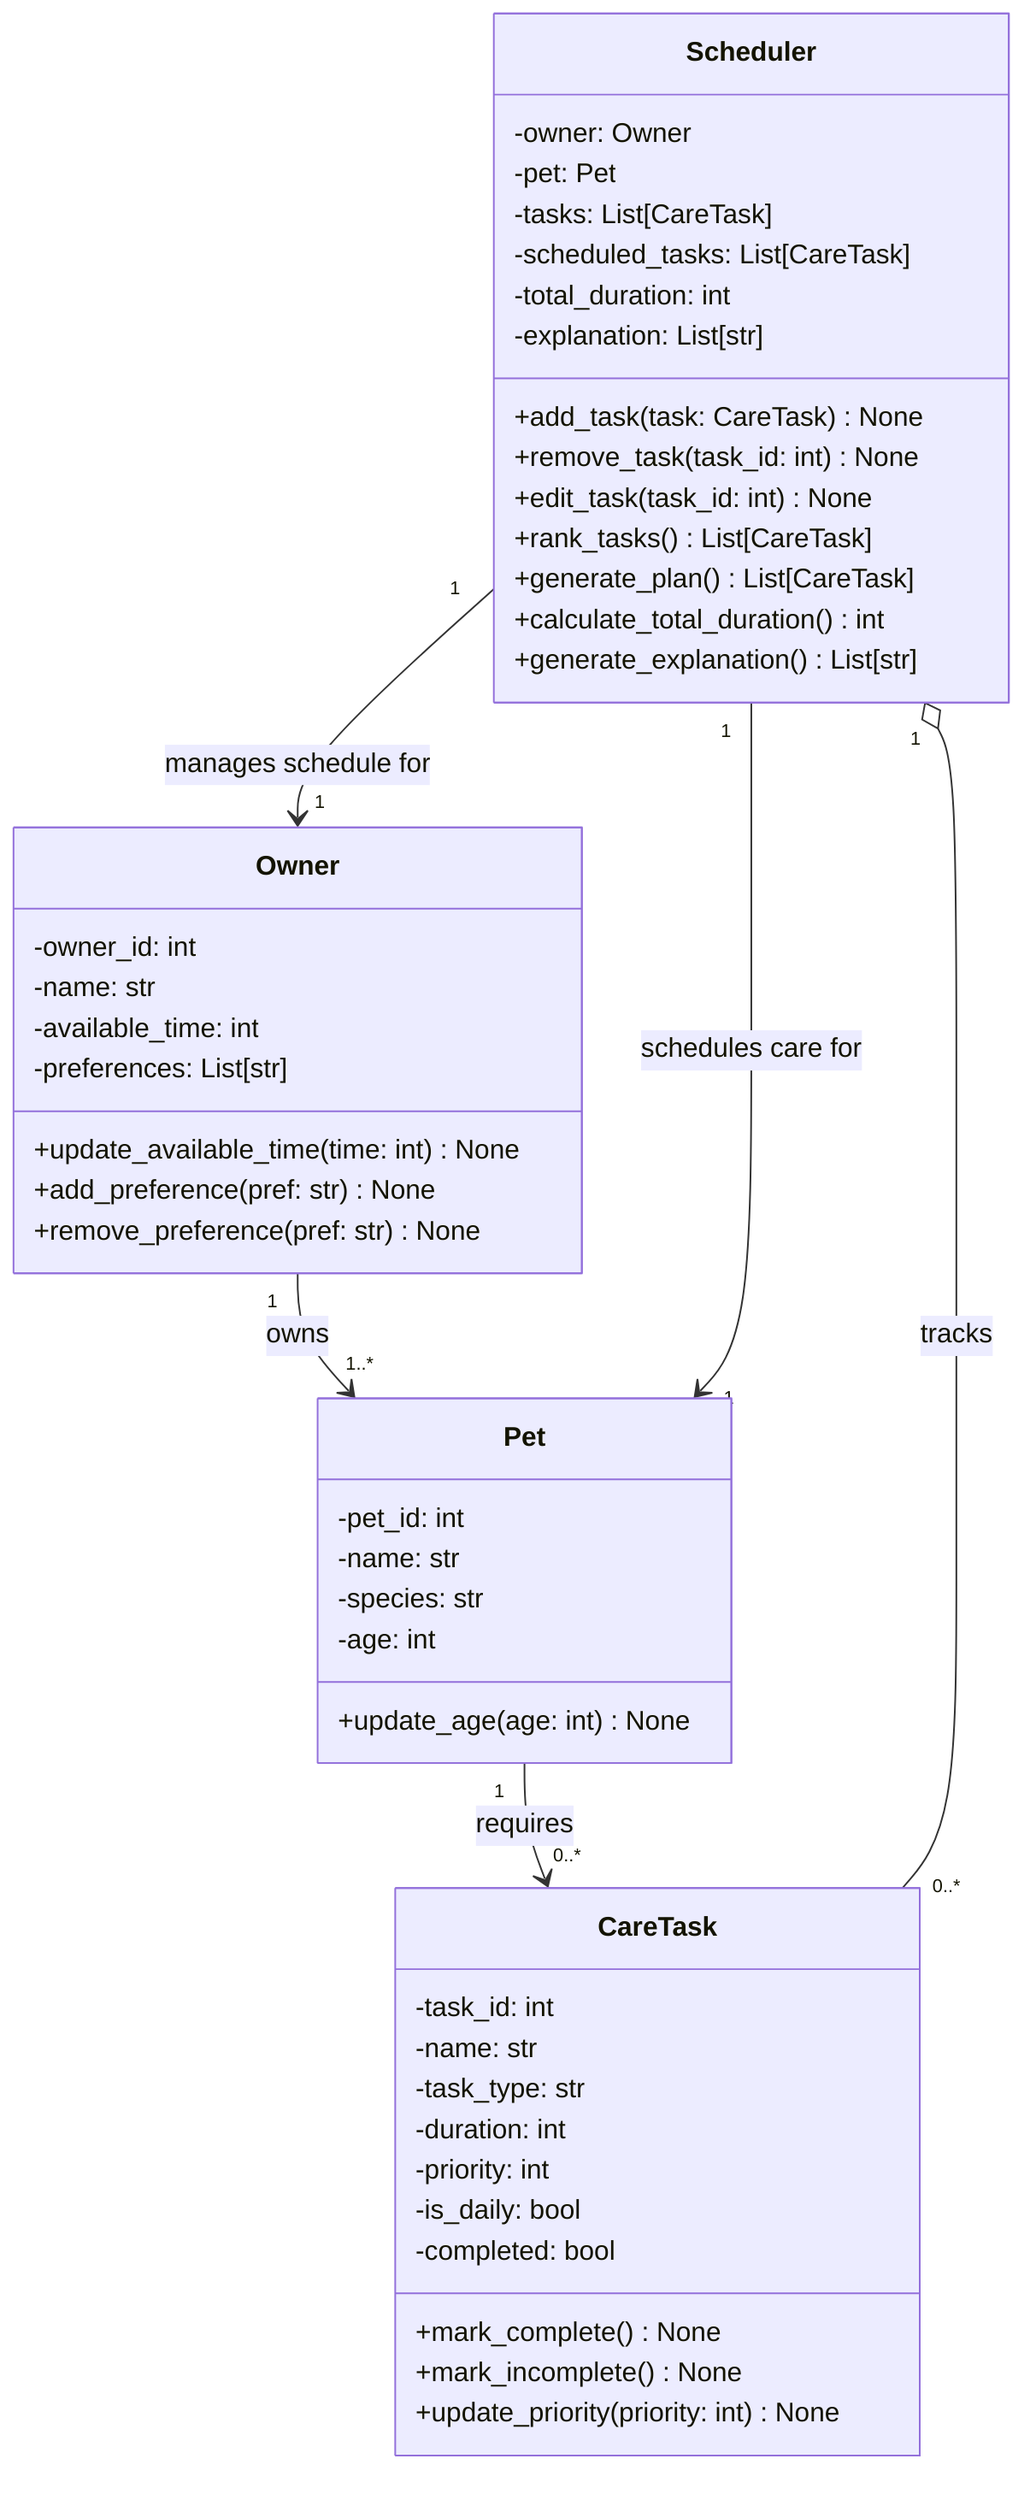
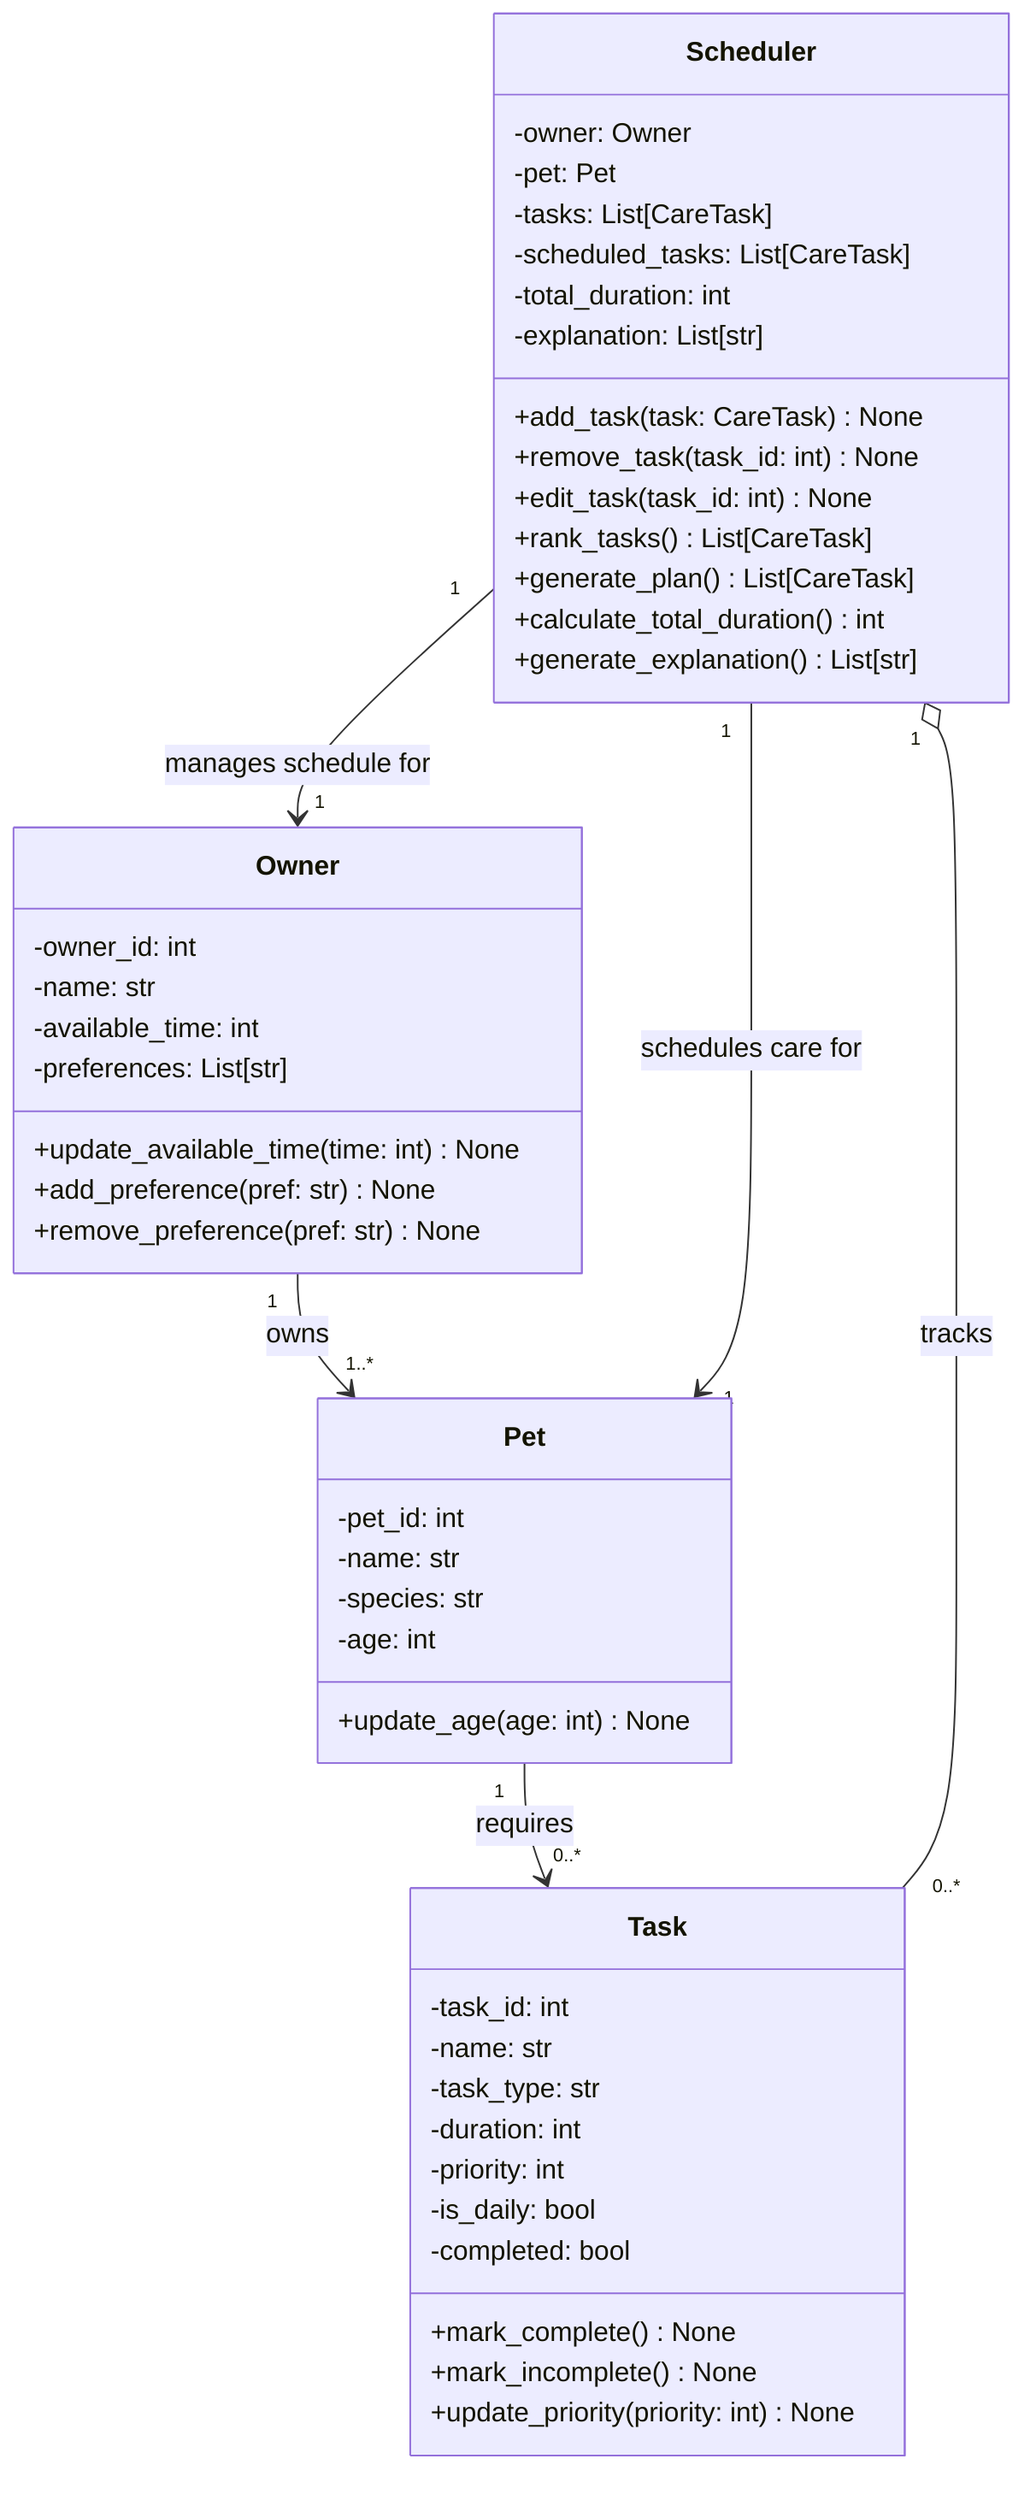
classDiagram
    class Owner {
        -owner_id: int
        -name: str
        -available_time: int
        -preferences: List[str]
        +update_available_time(time: int) None
        +add_preference(pref: str) None
        +remove_preference(pref: str) None
    }

    class Pet {
        -pet_id: int
        -name: str
        -species: str
        -age: int
        +update_age(age: int) None
    }

-     class CareTask {
+     class Task {
        -task_id: int
        -name: str
        -task_type: str
        -duration: int
        -priority: int
        -is_daily: bool
        -completed: bool
        +mark_complete() None
        +mark_incomplete() None
        +update_priority(priority: int) None
    }

    class Scheduler {
        -owner: Owner
        -pet: Pet
        -tasks: List[CareTask]
        -scheduled_tasks: List[CareTask]
        -total_duration: int
        -explanation: List[str]
        +add_task(task: CareTask) None
        +remove_task(task_id: int) None
        +edit_task(task_id: int) None
        +rank_tasks() List[CareTask]
        +generate_plan() List[CareTask]
        +calculate_total_duration() int
        +generate_explanation() List[str]
    }

    Owner "1" --> "1..*" Pet : owns
-     Pet "1" --> "0..*" CareTask : requires
+     Pet "1" --> "0..*" Task : requires

    Scheduler "1" --> "1" Owner : manages schedule for
    Scheduler "1" --> "1" Pet : schedules care for
-     Scheduler "1" o-- "0..*" CareTask : tracks
+     Scheduler "1" o-- "0..*" Task : tracks
